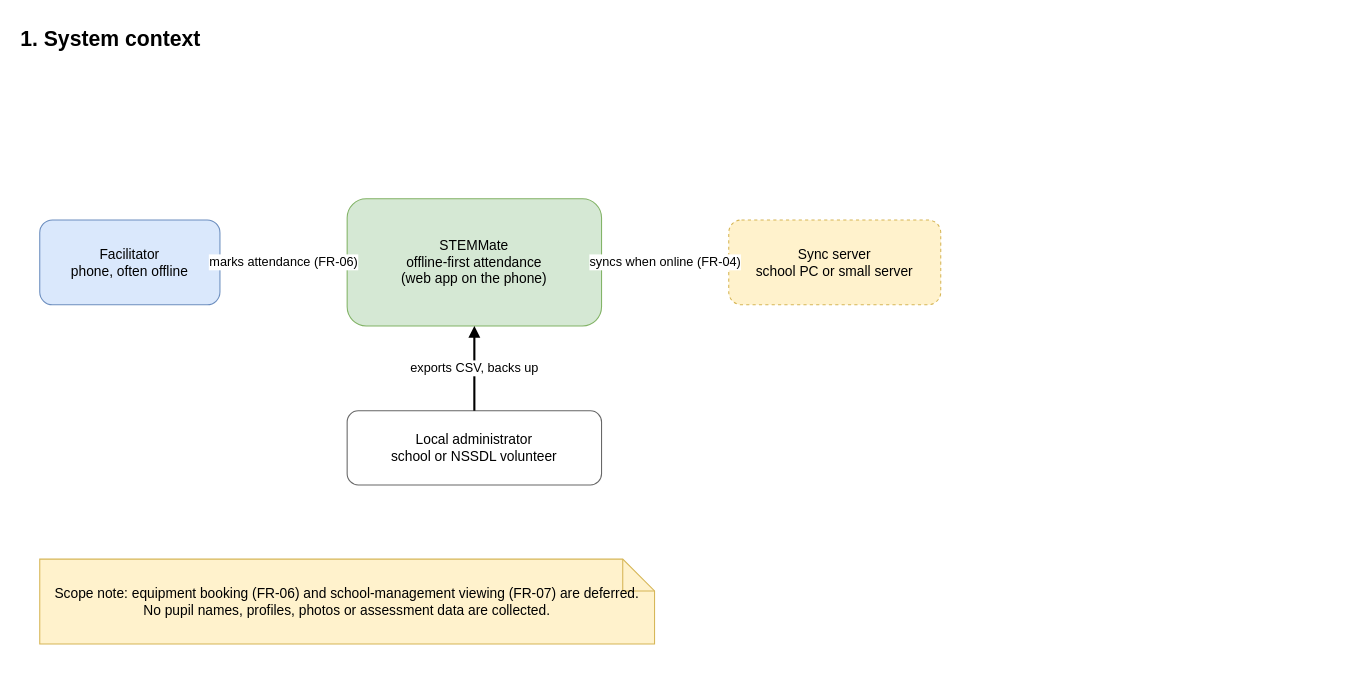
The draw.io diagram page "1 System Context" (1 of 8) of docs/architecture/STEMMate_A4_Architecture.drawio in Wxanted/STEMMATE_Assignment_4, before the edit. Source tidied: cells renumbered, new cells numbered last; positions are measured from the earlier drawing's top-left corner, leaving out a move shared by most shapes. Both pictures are drawn from the tidied source at 106%, with x=0, y=0 at pixel (18, 18).
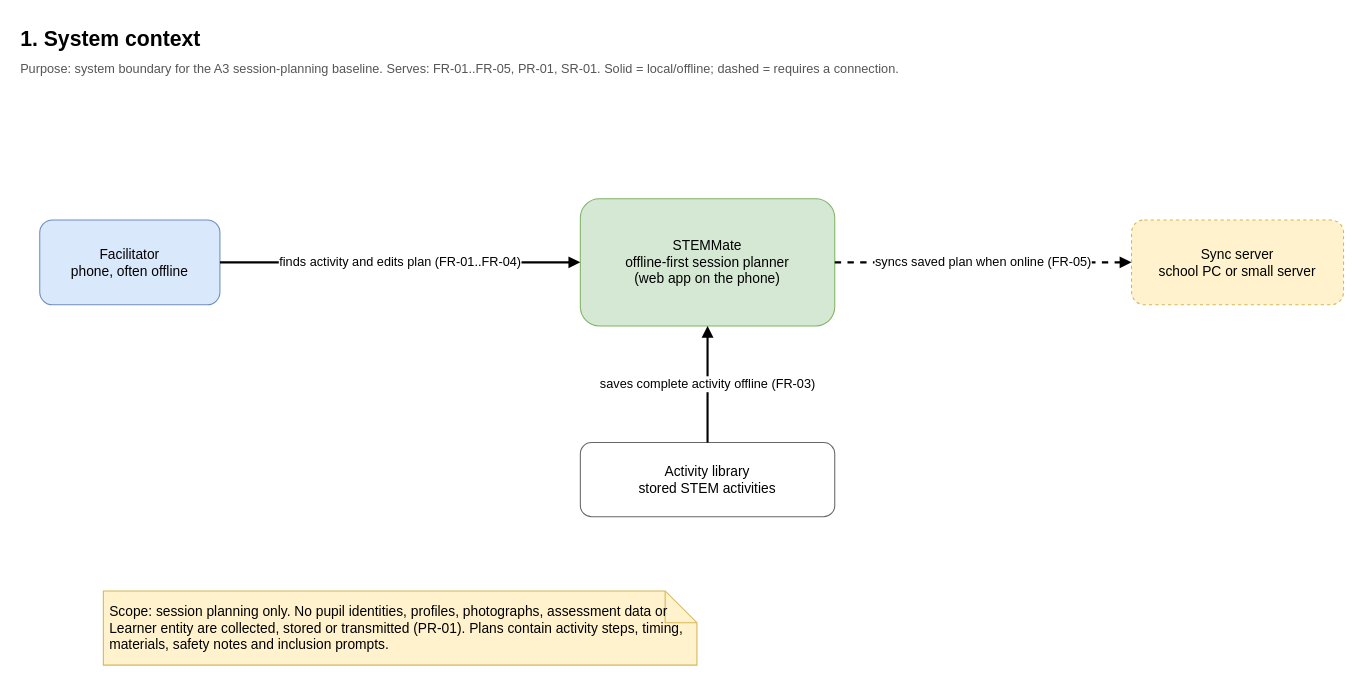
After the change.

What changed in the source:
```diff
@@
 <mxGraphModel>
   <root>
     <mxCell id="0" />
     <mxCell id="1" parent="0" />
     <mxCell id="2" value="1. System context" style="text;html=1;fontSize=20;fontStyle=1;align=left;verticalAlign=top;whiteSpace=wrap;" parent="1" vertex="1">
       <mxGeometry width="900" height="34" as="geometry" />
     </mxCell>
+    <mxCell id="11" value="Purpose: system boundary for the A3 session-planning baseline. Serves: FR-01..FR-05, PR-01, SR-01. Solid = local/offline; dashed = requires a connection." style="text;html=1;fontSize=12;align=left;verticalAlign=top;whiteSpace=wrap;fontColor=#555555;" parent="1" vertex="1">
+      <mxGeometry y="34" width="900" height="24" as="geometry" />
+    </mxCell>
     <mxCell id="3" value="Facilitator&#10;phone, often offline" style="rounded=1;fillColor=#dae8fc;strokeColor=#6c8ebf;whiteSpace=wrap;html=1;fontSize=13;spacing=6;" parent="1" vertex="1">
       <mxGeometry x="20" y="190" width="170" height="80" as="geometry" />
     </mxCell>
-    <mxCell id="4" value="STEMMate&#10;offline-first attendance&#10;(web app on the phone)" style="rounded=1;fillColor=#d5e8d4;strokeColor=#82b366;whiteSpace=wrap;html=1;fontSize=13;spacing=6;" parent="1" vertex="1">
-      <mxGeometry x="310" y="170" width="240" height="120" as="geometry" />
+    <mxCell id="4" value="STEMMate&#10;offline-first session planner&#10;(web app on the phone)" style="rounded=1;fillColor=#d5e8d4;strokeColor=#82b366;whiteSpace=wrap;html=1;fontSize=13;spacing=6;" parent="1" vertex="1">
+      <mxGeometry x="530" y="170" width="240" height="120" as="geometry" />
     </mxCell>
     <mxCell id="5" value="Sync server&#10;school PC or small server" style="rounded=1;fillColor=#fff2cc;strokeColor=#d6b656;dashed=1;whiteSpace=wrap;html=1;fontSize=13;spacing=6;" parent="1" vertex="1">
-      <mxGeometry x="670" y="190" width="200" height="80" as="geometry" />
+      <mxGeometry x="1050" y="190" width="200" height="80" as="geometry" />
     </mxCell>
-    <mxCell id="6" value="Local administrator&#10;school or NSSDL volunteer" style="rounded=1;fillColor=#ffffff;strokeColor=#666666;whiteSpace=wrap;html=1;fontSize=13;spacing=6;" parent="1" vertex="1">
-      <mxGeometry x="310" y="370" width="240" height="70" as="geometry" />
-    </mxCell>
+    <mxCell id="12" value="Activity library&#10;stored STEM activities" style="rounded=1;fillColor=#ffffff;strokeColor=#666666;whiteSpace=wrap;html=1;fontSize=13;spacing=6;" parent="1" vertex="1">
+      <mxGeometry x="530" y="400" width="240" height="70" as="geometry" />
+    </mxCell>
+    <mxCell id="13" value="Scope: session planning only. No pupil identities, profiles, photographs, assessment data or Learner entity are collected, stored or transmitted (PR-01). Plans contain activity steps, timing, materials, safety notes and inclusion prompts." style="shape=note;fillColor=#fff2cc;strokeColor=#d6b656;align=left;whiteSpace=wrap;html=1;fontSize=13;spacing=6;" parent="1" vertex="1">
+      <mxGeometry x="80" y="540" width="560" height="70" as="geometry" />
+    </mxCell>
-    <mxCell id="7" value="marks attendance (FR-06)" style="edgeStyle=orthogonalEdgeStyle;rounded=0;html=1;endArrow=block;endFill=1;strokeWidth=2;fontSize=12;labelBackgroundColor=#ffffff;" parent="1" edge="1" source="3" target="4">
+    <mxCell id="7" value="finds activity and edits plan (FR-01..FR-04)" style="edgeStyle=orthogonalEdgeStyle;rounded=0;html=1;endArrow=block;endFill=1;strokeWidth=2;fontSize=12;labelBackgroundColor=#ffffff;" parent="1" edge="1" source="3" target="4">
       <mxGeometry relative="1" as="geometry" />
     </mxCell>
-    <mxCell id="8" value="syncs when online (FR-04)" style="edgeStyle=orthogonalEdgeStyle;rounded=0;html=1;endArrow=block;endFill=1;strokeWidth=2;fontSize=12;labelBackgroundColor=#ffffff;dashed=1;" parent="1" edge="1" source="4" target="5">
+    <mxCell id="8" value="syncs saved plan when online (FR-05)" style="edgeStyle=orthogonalEdgeStyle;rounded=0;html=1;endArrow=block;endFill=1;strokeWidth=2;fontSize=12;labelBackgroundColor=#ffffff;dashed=1;" parent="1" edge="1" source="4" target="5">
       <mxGeometry relative="1" as="geometry" />
     </mxCell>
-    <mxCell id="9" value="exports CSV, backs up" style="edgeStyle=orthogonalEdgeStyle;rounded=0;html=1;endArrow=block;endFill=1;strokeWidth=2;fontSize=12;labelBackgroundColor=#ffffff;" parent="1" edge="1" source="6" target="4">
+    <mxCell id="9" value="saves complete activity offline (FR-03)" style="edgeStyle=orthogonalEdgeStyle;rounded=0;html=1;endArrow=block;endFill=1;strokeWidth=2;fontSize=12;labelBackgroundColor=#ffffff;" parent="1" edge="1" source="12" target="4">
       <mxGeometry relative="1" as="geometry" />
     </mxCell>
-    <mxCell id="10" value="Scope note: equipment booking (FR-06) and school-management viewing (FR-07) are deferred.&#10;No pupil names, profiles, photos or assessment data are collected." style="shape=note;whiteSpace=wrap;html=1;fillColor=#fff2cc;strokeColor=#d6b656;fontSize=13;" parent="1" vertex="1">
-      <mxGeometry x="20" y="510" width="580" height="80" as="geometry" />
-    </mxCell>
   </root>
 </mxGraphModel>
```
